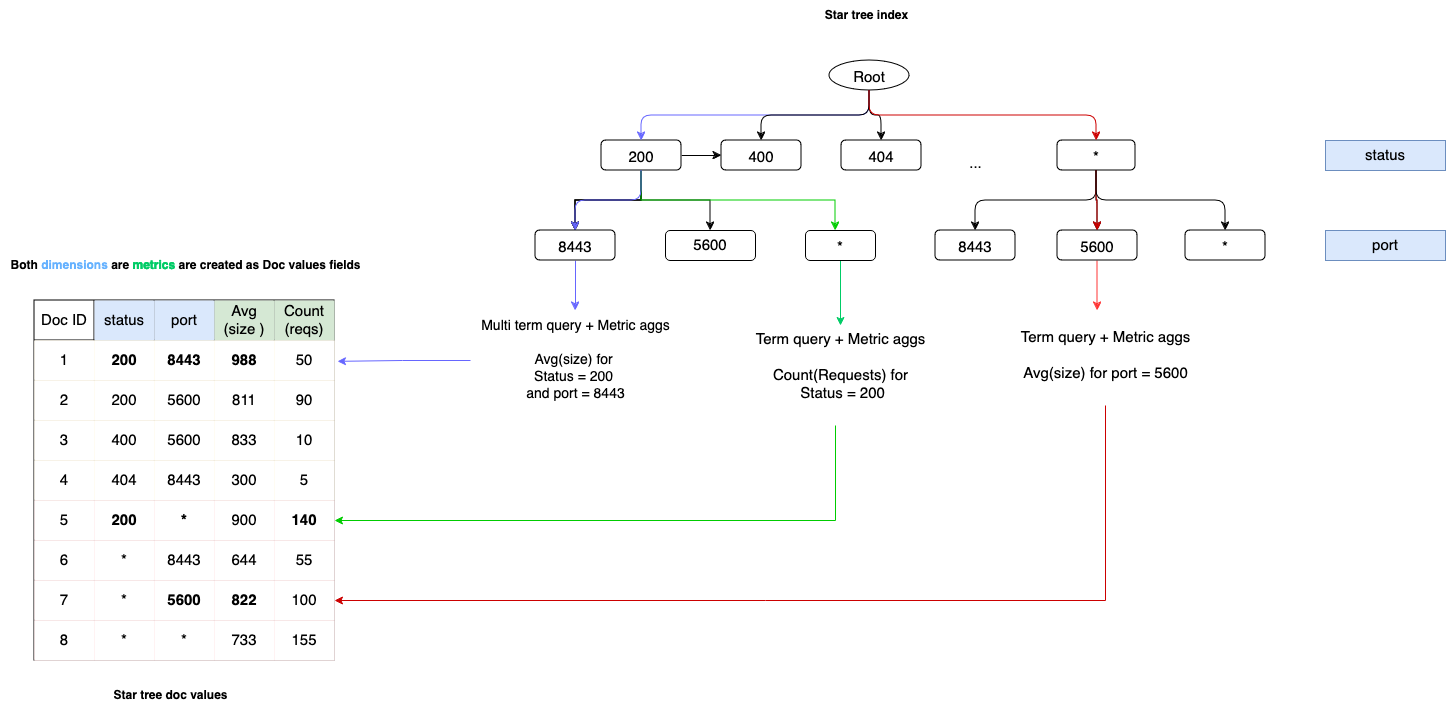
Before: images/star-tree-index.png, a diagram exported from draw.io (opensearch-project/documentation-website). Source tidied: cells renumbered, new cells last; positions are measured from the earlier drawing's top-left corner, leaving out a move shared by most shapes.
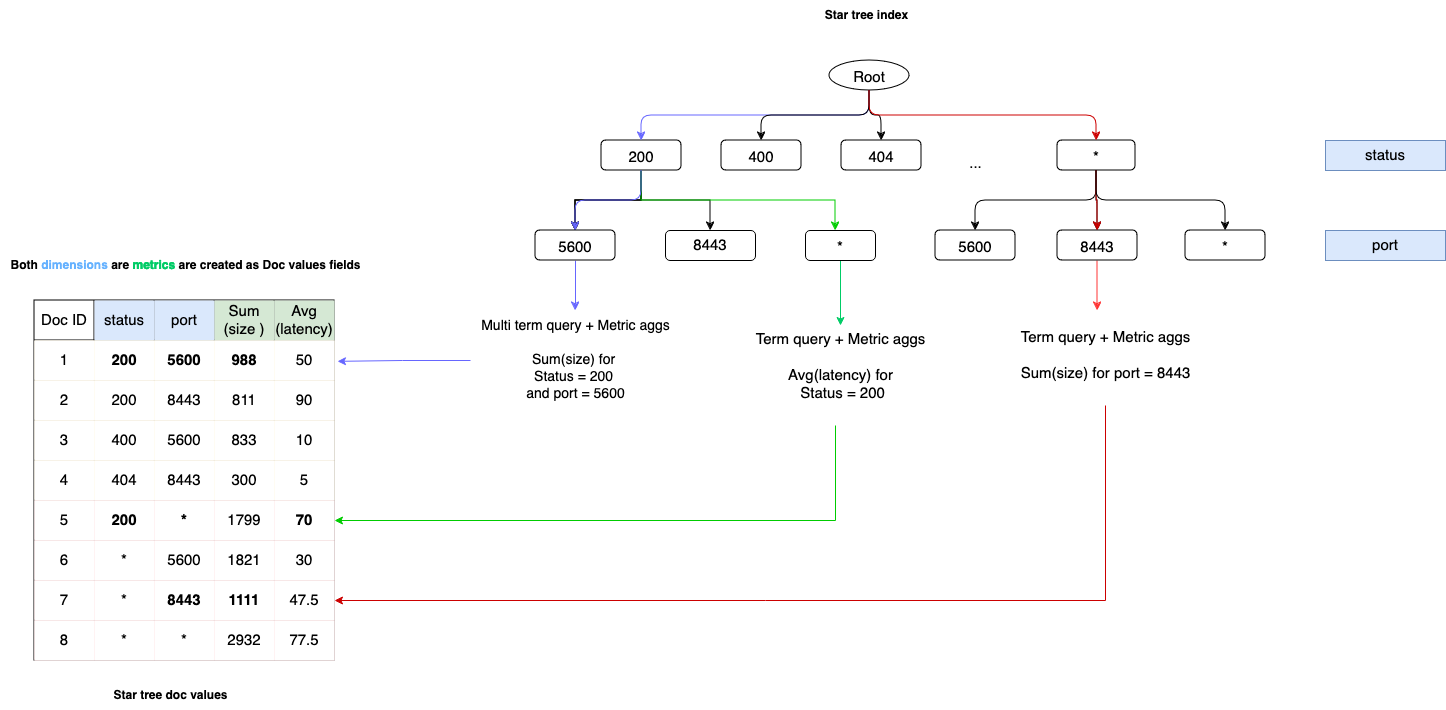
After the commit.

The edit, as a diff of the source:
```diff
@@ -17,9 +17,6 @@
     <mxCell id="6" style="edgeStyle=orthogonalEdgeStyle;rounded=0;jettySize=auto;html=1;fontSize=15;" parent="1" edge="1" source="9" target="83">
       <mxGeometry relative="1" as="geometry" />
     </mxCell>
-    <mxCell id="7" style="edgeStyle=orthogonalEdgeStyle;rounded=0;jettySize=auto;html=1;fontSize=15;" parent="1" edge="1" source="9" target="14">
-      <mxGeometry relative="1" as="geometry" />
-    </mxCell>
     <mxCell id="8" style="edgeStyle=orthogonalEdgeStyle;rounded=0;jettySize=auto;html=1;fontSize=15;strokeColor=#00cc00;fillColor=#008a00;" parent="1" edge="1" source="9" target="90">
       <mxGeometry relative="1" as="geometry">
         <Array as="points">
@@ -37,7 +34,7 @@
     <mxCell id="11" style="edgeStyle=orthogonalEdgeStyle;rounded=0;jettySize=auto;html=1;strokeColor=#6666ff;" parent="1" edge="1" source="12" target="94">
       <mxGeometry relative="1" as="geometry" />
     </mxCell>
-    <mxCell id="12" value="8443" style="rounded=1;fontSize=15;" parent="1" vertex="1">
+    <mxCell id="12" value="5600" style="rounded=1;fontSize=15;" parent="1" vertex="1">
       <mxGeometry x="535" y="230" width="80" height="30" as="geometry" />
     </mxCell>
     <mxCell id="13" style="edgeStyle=elbowEdgeStyle;elbow=vertical;fontSize=15;strokeColor=#6666ff;" parent="1" edge="1" source="9" target="12">
@@ -64,7 +61,7 @@
     <mxCell id="20" style="edgeStyle=elbowEdgeStyle;elbow=vertical;fontSize=15;strokeColor=#cc0000;" parent="1" edge="1" source="2" target="19">
       <mxGeometry relative="1" as="geometry" />
     </mxCell>
-    <mxCell id="21" value="8443" style="rounded=1;fontSize=15;" parent="1" vertex="1">
+    <mxCell id="21" value="5600" style="rounded=1;fontSize=15;" parent="1" vertex="1">
       <mxGeometry x="935" y="230" width="80" height="30" as="geometry" />
     </mxCell>
     <mxCell id="22" style="edgeStyle=elbowEdgeStyle;elbow=vertical;fontSize=15;" parent="1" edge="1" source="19" target="21">
@@ -75,7 +72,7 @@
         <mxPoint x="1097" y="310" as="targetPoint" />
       </mxGeometry>
     </mxCell>
-    <mxCell id="24" value="5600" style="rounded=1;fontSize=15;" parent="1" vertex="1">
+    <mxCell id="24" value="8443" style="rounded=1;fontSize=15;" parent="1" vertex="1">
       <mxGeometry x="1057" y="230" width="80" height="30" as="geometry" />
     </mxCell>
     <mxCell id="25" style="edgeStyle=elbowEdgeStyle;elbow=vertical;fontSize=15;strokeColor=#cc0000;" parent="1" edge="1" source="19" target="24">
@@ -102,10 +99,10 @@
     <mxCell id="32" value="port" style="shape=partialRectangle;html=1;whiteSpace=wrap;strokeColor=#6c8ebf;overflow=hidden;fillColor=#dae8fc;top=0;left=0;bottom=0;right=0;fontSize=15;" parent="29" vertex="1">
       <mxGeometry x="120" width="60" height="40" as="geometry" />
     </mxCell>
-    <mxCell id="33" value="Avg (size )" style="shape=partialRectangle;html=1;whiteSpace=wrap;strokeColor=#82b366;overflow=hidden;fillColor=#d5e8d4;top=0;left=0;bottom=0;right=0;fontSize=15;" parent="29" vertex="1">
+    <mxCell id="33" value="Sum (size )" style="shape=partialRectangle;html=1;whiteSpace=wrap;strokeColor=#82b366;overflow=hidden;fillColor=#d5e8d4;top=0;left=0;bottom=0;right=0;fontSize=15;" parent="29" vertex="1">
       <mxGeometry x="180" width="60" height="40" as="geometry" />
     </mxCell>
-    <mxCell id="34" value="Count (reqs)" style="shape=partialRectangle;html=1;whiteSpace=wrap;strokeColor=#82b366;overflow=hidden;fillColor=#d5e8d4;top=0;left=0;bottom=0;right=0;fontSize=15;" parent="29" vertex="1">
+    <mxCell id="34" value="Avg (latency)" style="shape=partialRectangle;html=1;whiteSpace=wrap;strokeColor=#82b366;overflow=hidden;fillColor=#d5e8d4;top=0;left=0;bottom=0;right=0;fontSize=15;" parent="29" vertex="1">
       <mxGeometry x="240" width="60" height="40" as="geometry" />
     </mxCell>
     <mxCell id="35" style="shape=tableRow;horizontal=0;startSize=0;swimlaneHead=0;swimlaneBody=0;strokeColor=#333333;top=0;left=0;bottom=0;right=0;fillColor=#fff2cc;fontSize=15;" parent="28" vertex="1">
@@ -117,7 +114,7 @@
     <mxCell id="37" value="200" style="shape=partialRectangle;html=1;whiteSpace=wrap;overflow=hidden;top=0;left=0;bottom=0;right=0;fontSize=15;fontStyle=1;" parent="35" vertex="1">
       <mxGeometry x="60" width="60" height="40" as="geometry" />
     </mxCell>
-    <mxCell id="38" value="8443" style="shape=partialRectangle;html=1;whiteSpace=wrap;overflow=hidden;top=0;left=0;bottom=0;right=0;fontSize=15;fontStyle=1;" parent="35" vertex="1">
+    <mxCell id="38" value="5600" style="shape=partialRectangle;html=1;whiteSpace=wrap;overflow=hidden;top=0;left=0;bottom=0;right=0;fontSize=15;fontStyle=1;" parent="35" vertex="1">
       <mxGeometry x="120" width="60" height="40" as="geometry" />
     </mxCell>
     <mxCell id="39" value="&lt;b&gt;988&lt;/b&gt;" style="shape=partialRectangle;html=1;whiteSpace=wrap;overflow=hidden;top=0;left=0;bottom=0;right=0;fontSize=15;" parent="35" vertex="1">
@@ -135,7 +132,7 @@
     <mxCell id="43" value="200" style="shape=partialRectangle;html=1;whiteSpace=wrap;overflow=hidden;top=0;left=0;bottom=0;right=0;fontSize=15;fontStyle=0;" parent="41" vertex="1">
       <mxGeometry x="60" width="60" height="40" as="geometry" />
     </mxCell>
-    <mxCell id="44" value="5600" style="shape=partialRectangle;html=1;whiteSpace=wrap;overflow=hidden;top=0;left=0;bottom=0;right=0;fontSize=15;" parent="41" vertex="1">
+    <mxCell id="44" value="8443" style="shape=partialRectangle;html=1;whiteSpace=wrap;overflow=hidden;top=0;left=0;bottom=0;right=0;fontSize=15;" parent="41" vertex="1">
       <mxGeometry x="120" width="60" height="40" as="geometry" />
     </mxCell>
     <mxCell id="45" value="811" style="shape=partialRectangle;html=1;whiteSpace=wrap;overflow=hidden;top=0;left=0;bottom=0;right=0;fontSize=15;" parent="41" vertex="1">
@@ -192,10 +189,10 @@
     <mxCell id="62" value="&lt;b&gt;*&lt;/b&gt;" style="shape=partialRectangle;html=1;whiteSpace=wrap;overflow=hidden;top=0;left=0;bottom=0;right=0;fontSize=15;" parent="59" vertex="1">
       <mxGeometry x="120" width="60" height="40" as="geometry" />
     </mxCell>
-    <mxCell id="63" value="900" style="shape=partialRectangle;html=1;whiteSpace=wrap;overflow=hidden;top=0;left=0;bottom=0;right=0;fontSize=15;" parent="59" vertex="1">
+    <mxCell id="63" value="1799" style="shape=partialRectangle;html=1;whiteSpace=wrap;overflow=hidden;top=0;left=0;bottom=0;right=0;fontSize=15;" parent="59" vertex="1">
       <mxGeometry x="180" width="60" height="40" as="geometry" />
     </mxCell>
-    <mxCell id="64" value="&lt;b&gt;140&lt;/b&gt;" style="shape=partialRectangle;html=1;whiteSpace=wrap;overflow=hidden;top=0;left=0;bottom=0;right=0;fontSize=15;" parent="59" vertex="1">
+    <mxCell id="64" value="&lt;b&gt;70&lt;/b&gt;" style="shape=partialRectangle;html=1;whiteSpace=wrap;overflow=hidden;top=0;left=0;bottom=0;right=0;fontSize=15;" parent="59" vertex="1">
       <mxGeometry x="240" width="60" height="40" as="geometry" />
     </mxCell>
     <mxCell id="65" style="shape=tableRow;horizontal=0;startSize=0;swimlaneHead=0;swimlaneBody=0;strokeColor=#36393d;top=0;left=0;bottom=0;right=0;fillColor=#ffcccc;fontSize=15;" parent="28" vertex="1">
@@ -207,13 +204,13 @@
     <mxCell id="67" value="*" style="shape=partialRectangle;html=1;whiteSpace=wrap;overflow=hidden;top=0;left=0;bottom=0;right=0;fontSize=15;" parent="65" vertex="1">
       <mxGeometry x="60" width="60" height="40" as="geometry" />
     </mxCell>
-    <mxCell id="68" value="8443" style="shape=partialRectangle;html=1;whiteSpace=wrap;overflow=hidden;top=0;left=0;bottom=0;right=0;fontSize=15;" parent="65" vertex="1">
+    <mxCell id="68" value="5600" style="shape=partialRectangle;html=1;whiteSpace=wrap;overflow=hidden;top=0;left=0;bottom=0;right=0;fontSize=15;" parent="65" vertex="1">
       <mxGeometry x="120" width="60" height="40" as="geometry" />
     </mxCell>
-    <mxCell id="69" value="644" style="shape=partialRectangle;html=1;whiteSpace=wrap;overflow=hidden;top=0;left=0;bottom=0;right=0;fontSize=15;" parent="65" vertex="1">
+    <mxCell id="69" value="1821" style="shape=partialRectangle;html=1;whiteSpace=wrap;overflow=hidden;top=0;left=0;bottom=0;right=0;fontSize=15;" parent="65" vertex="1">
       <mxGeometry x="180" width="60" height="40" as="geometry" />
     </mxCell>
-    <mxCell id="70" value="55" style="shape=partialRectangle;html=1;whiteSpace=wrap;overflow=hidden;top=0;left=0;bottom=0;right=0;fontSize=15;" parent="65" vertex="1">
+    <mxCell id="70" value="30" style="shape=partialRectangle;html=1;whiteSpace=wrap;overflow=hidden;top=0;left=0;bottom=0;right=0;fontSize=15;" parent="65" vertex="1">
       <mxGeometry x="240" width="60" height="40" as="geometry" />
     </mxCell>
     <mxCell id="71" style="shape=tableRow;horizontal=0;startSize=0;swimlaneHead=0;swimlaneBody=0;strokeColor=#36393d;top=0;left=0;bottom=0;right=0;fillColor=#ffcccc;points=[[0,0.5],[1,0.5]];portConstraint=eastwest;fontSize=15;" parent="28" vertex="1">
@@ -225,13 +222,13 @@
     <mxCell id="73" value="*" style="shape=partialRectangle;html=1;whiteSpace=wrap;overflow=hidden;top=0;left=0;bottom=0;right=0;fontSize=15;" parent="71" vertex="1">
       <mxGeometry x="60" width="60" height="40" as="geometry" />
     </mxCell>
-    <mxCell id="74" value="5600" style="shape=partialRectangle;html=1;whiteSpace=wrap;overflow=hidden;top=0;left=0;bottom=0;right=0;fontSize=15;fontStyle=1;" parent="71" vertex="1">
+    <mxCell id="74" value="8443" style="shape=partialRectangle;html=1;whiteSpace=wrap;overflow=hidden;top=0;left=0;bottom=0;right=0;fontSize=15;fontStyle=1;" parent="71" vertex="1">
       <mxGeometry x="120" width="60" height="40" as="geometry" />
     </mxCell>
-    <mxCell id="75" value="&lt;span&gt;822&lt;/span&gt;" style="shape=partialRectangle;html=1;whiteSpace=wrap;overflow=hidden;top=0;left=0;bottom=0;right=0;fontSize=15;fontStyle=1;" parent="71" vertex="1">
+    <mxCell id="75" value="1111" style="shape=partialRectangle;html=1;whiteSpace=wrap;overflow=hidden;top=0;left=0;bottom=0;right=0;fontSize=15;fontStyle=1;" parent="71" vertex="1">
       <mxGeometry x="180" width="60" height="40" as="geometry" />
     </mxCell>
-    <mxCell id="76" value="100" style="shape=partialRectangle;html=1;whiteSpace=wrap;overflow=hidden;top=0;left=0;bottom=0;right=0;fontSize=15;" parent="71" vertex="1">
+    <mxCell id="76" value="47.5" style="shape=partialRectangle;html=1;whiteSpace=wrap;overflow=hidden;top=0;left=0;bottom=0;right=0;fontSize=15;" parent="71" vertex="1">
       <mxGeometry x="240" width="60" height="40" as="geometry" />
     </mxCell>
     <mxCell id="77" style="shape=tableRow;horizontal=0;startSize=0;swimlaneHead=0;swimlaneBody=0;strokeColor=#36393d;top=0;left=0;bottom=0;right=0;fillColor=#ffcccc;fontSize=15;" parent="28" vertex="1">
@@ -246,13 +243,13 @@
     <mxCell id="80" value="*" style="shape=partialRectangle;html=1;whiteSpace=wrap;overflow=hidden;top=0;left=0;bottom=0;right=0;fontSize=15;" parent="77" vertex="1">
       <mxGeometry x="120" width="60" height="40" as="geometry" />
     </mxCell>
-    <mxCell id="81" value="733" style="shape=partialRectangle;html=1;whiteSpace=wrap;overflow=hidden;top=0;left=0;bottom=0;right=0;fontSize=15;" parent="77" vertex="1">
+    <mxCell id="81" value="2932" style="shape=partialRectangle;html=1;whiteSpace=wrap;overflow=hidden;top=0;left=0;bottom=0;right=0;fontSize=15;" parent="77" vertex="1">
       <mxGeometry x="180" width="60" height="40" as="geometry" />
     </mxCell>
-    <mxCell id="82" value="155" style="shape=partialRectangle;html=1;whiteSpace=wrap;overflow=hidden;top=0;left=0;bottom=0;right=0;fontSize=15;" parent="77" vertex="1">
+    <mxCell id="82" value="77.5" style="shape=partialRectangle;html=1;whiteSpace=wrap;overflow=hidden;top=0;left=0;bottom=0;right=0;fontSize=15;" parent="77" vertex="1">
       <mxGeometry x="240" width="60" height="40" as="geometry" />
     </mxCell>
-    <mxCell id="83" value="5600" style="whiteSpace=wrap;html=1;rounded=1;fontSize=15;" parent="1" vertex="1">
+    <mxCell id="83" value="8443" style="whiteSpace=wrap;html=1;rounded=1;fontSize=15;" parent="1" vertex="1">
       <mxGeometry x="665" y="230" width="90" height="30" as="geometry" />
     </mxCell>
     <mxCell id="84" value="..." style="text;html=1;align=center;verticalAlign=middle;strokeColor=none;fillColor=none;fontSize=15;" parent="1" vertex="1">
@@ -272,7 +269,7 @@
         </Array>
       </mxGeometry>
     </mxCell>
-    <mxCell id="88" value="&lt;br&gt;&lt;div style=&quot;font-size: 15px;&quot;&gt;&lt;div style=&quot;font-size: 15px;&quot;&gt;Term query + Metric aggs&lt;/div&gt;&amp;nbsp;&lt;/div&gt;&lt;div style=&quot;font-size: 15px;&quot;&gt;Avg(size) for port = 5600&lt;br&gt;&lt;/div&gt;&lt;div style=&quot;font-size: 15px;&quot;&gt;&lt;br&gt;&lt;/div&gt;" style="text;html=1;align=center;verticalAlign=middle;points=[];strokeColor=none;fillColor=none;fontSize=15;" parent="1" vertex="1">
+    <mxCell id="88" value="&lt;br&gt;&lt;div style=&quot;font-size: 15px;&quot;&gt;&lt;div style=&quot;font-size: 15px;&quot;&gt;Term query + Metric aggs&lt;/div&gt;&amp;nbsp;&lt;/div&gt;&lt;div style=&quot;font-size: 15px;&quot;&gt;Sum(size) for port = 8443&lt;br&gt;&lt;/div&gt;&lt;div style=&quot;font-size: 15px;&quot;&gt;&lt;br&gt;&lt;/div&gt;" style="text;html=1;align=center;verticalAlign=middle;points=[];strokeColor=none;fillColor=none;fontSize=15;" parent="1" vertex="1">
       <mxGeometry x="1010" y="305" width="190" height="100" as="geometry" />
     </mxCell>
     <mxCell id="89" style="edgeStyle=orthogonalEdgeStyle;rounded=0;jettySize=auto;html=1;strokeColor=#00cc66;" parent="1" edge="1" source="90" target="92">
@@ -288,13 +285,13 @@
         </Array>
       </mxGeometry>
     </mxCell>
-    <mxCell id="92" value="&lt;div style=&quot;font-size: 15px;&quot;&gt;Term query + Metric aggs&lt;/div&gt;&lt;div style=&quot;font-size: 15px;&quot;&gt;&lt;br&gt;&lt;/div&gt;&lt;div style=&quot;font-size: 15px;&quot;&gt;Count(Requests) for&lt;/div&gt;&lt;div style=&quot;font-size: 15px;&quot;&gt;&amp;nbsp;Status = 200&lt;/div&gt;&lt;div style=&quot;font-size: 15px;&quot;&gt;&lt;br&gt;&lt;/div&gt;" style="text;html=1;align=center;verticalAlign=middle;points=[];strokeColor=none;fillColor=none;fontSize=15;" parent="1" vertex="1">
+    <mxCell id="92" value="&lt;div style=&quot;font-size: 15px;&quot;&gt;Term query + Metric aggs&lt;/div&gt;&lt;div style=&quot;font-size: 15px;&quot;&gt;&lt;br&gt;&lt;/div&gt;&lt;div style=&quot;font-size: 15px;&quot;&gt;Avg(latency) for&lt;/div&gt;&lt;div style=&quot;font-size: 15px;&quot;&gt;&amp;nbsp;Status = 200&lt;/div&gt;&lt;div style=&quot;font-size: 15px;&quot;&gt;&lt;br&gt;&lt;/div&gt;" style="text;html=1;align=center;verticalAlign=middle;points=[];strokeColor=none;fillColor=none;fontSize=15;" parent="1" vertex="1">
       <mxGeometry x="745" y="325" width="190" height="100" as="geometry" />
     </mxCell>
     <mxCell id="93" style="edgeStyle=orthogonalEdgeStyle;rounded=0;jettySize=auto;html=1;entryX=1.01;entryY=0.169;entryDx=0;entryDy=0;entryPerimeter=0;strokeColor=#6666ff;" parent="1" edge="1" source="94" target="28">
       <mxGeometry relative="1" as="geometry" />
     </mxCell>
-    <mxCell id="94" value="&lt;div style=&quot;font-size: 14px;&quot;&gt;&lt;font style=&quot;font-size: 14px;&quot;&gt;Multi term query + Metric aggs &lt;br&gt;&lt;/font&gt;&lt;/div&gt;&lt;div style=&quot;font-size: 14px;&quot;&gt;&lt;font style=&quot;font-size: 14px;&quot;&gt;&lt;br&gt;&lt;/font&gt;&lt;/div&gt;&lt;div style=&quot;font-size: 14px;&quot;&gt;&lt;font style=&quot;font-size: 14px;&quot;&gt;Avg(size) for&amp;nbsp;&lt;/font&gt;&lt;/div&gt;&lt;div style=&quot;font-size: 14px;&quot;&gt;&lt;font style=&quot;font-size: 14px;&quot;&gt;Status = 200&amp;nbsp;&lt;/font&gt;&lt;/div&gt;&lt;div style=&quot;font-size: 14px;&quot;&gt;&lt;font style=&quot;font-size: 14px;&quot;&gt;and port = 8443&lt;br&gt;&lt;/font&gt;&lt;/div&gt;" style="text;html=1;align=center;verticalAlign=middle;points=[];strokeColor=none;fillColor=none;" parent="1" vertex="1">
+    <mxCell id="94" value="&lt;div style=&quot;font-size: 14px;&quot;&gt;&lt;font style=&quot;font-size: 14px;&quot;&gt;Multi term query + Metric aggs &lt;br&gt;&lt;/font&gt;&lt;/div&gt;&lt;div style=&quot;font-size: 14px;&quot;&gt;&lt;font style=&quot;font-size: 14px;&quot;&gt;&lt;br&gt;&lt;/font&gt;&lt;/div&gt;&lt;div style=&quot;font-size: 14px;&quot;&gt;&lt;font style=&quot;font-size: 14px;&quot;&gt;Sum(size) for&amp;nbsp;&lt;/font&gt;&lt;/div&gt;&lt;div style=&quot;font-size: 14px;&quot;&gt;&lt;font style=&quot;font-size: 14px;&quot;&gt;Status = 200&amp;nbsp;&lt;/font&gt;&lt;/div&gt;&lt;div style=&quot;font-size: 14px;&quot;&gt;&lt;font style=&quot;font-size: 14px;&quot;&gt;and port = 5600&lt;br&gt;&lt;/font&gt;&lt;/div&gt;" style="text;html=1;align=center;verticalAlign=middle;points=[];strokeColor=none;fillColor=none;" parent="1" vertex="1">
       <mxGeometry x="470" y="310" width="210" height="100" as="geometry" />
     </mxCell>
     <mxCell id="95" value="&lt;b&gt;Both &lt;font color=&quot;#66b2ff&quot;&gt;dimensions&lt;/font&gt; are &lt;font color=&quot;#00cc66&quot;&gt;metrics&lt;/font&gt; are created as Doc values fields&lt;/b&gt;" style="text;html=1;align=center;verticalAlign=middle;strokeColor=none;fillColor=none;" parent="1" vertex="1">
```
